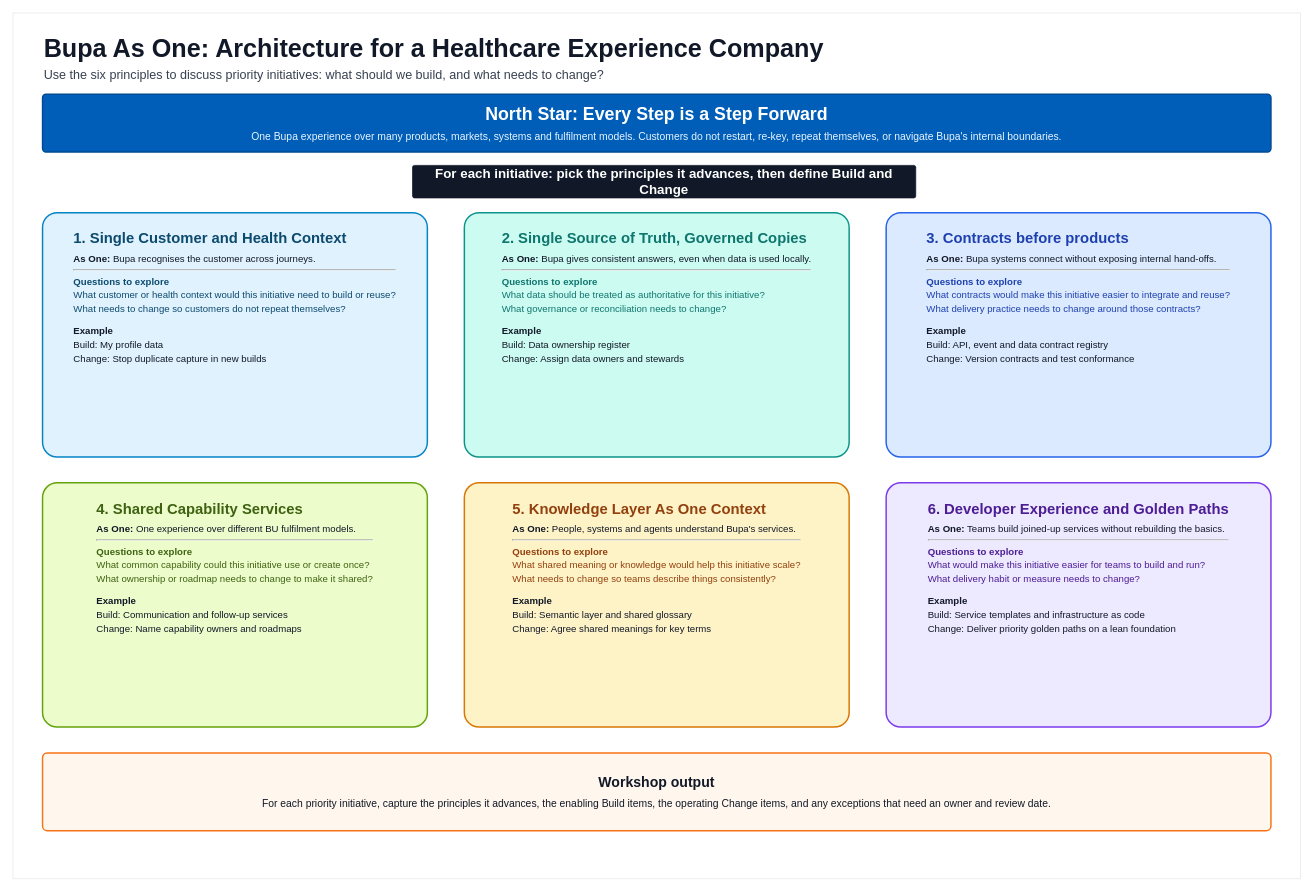
Earlier version of the draw.io diagram bupa-it-strategy-six-requirements-build-do-v5.drawio (danielcjohnson/bupa-it-strategy-session-1). Source tidied: cells renumbered, new cells numbered last; positions are measured from the earlier drawing's top-left corner, leaving out a move shared by most shapes. Both pictures are drawn from the tidied source at 74%, with x=0, y=0 at pixel (13, 13).
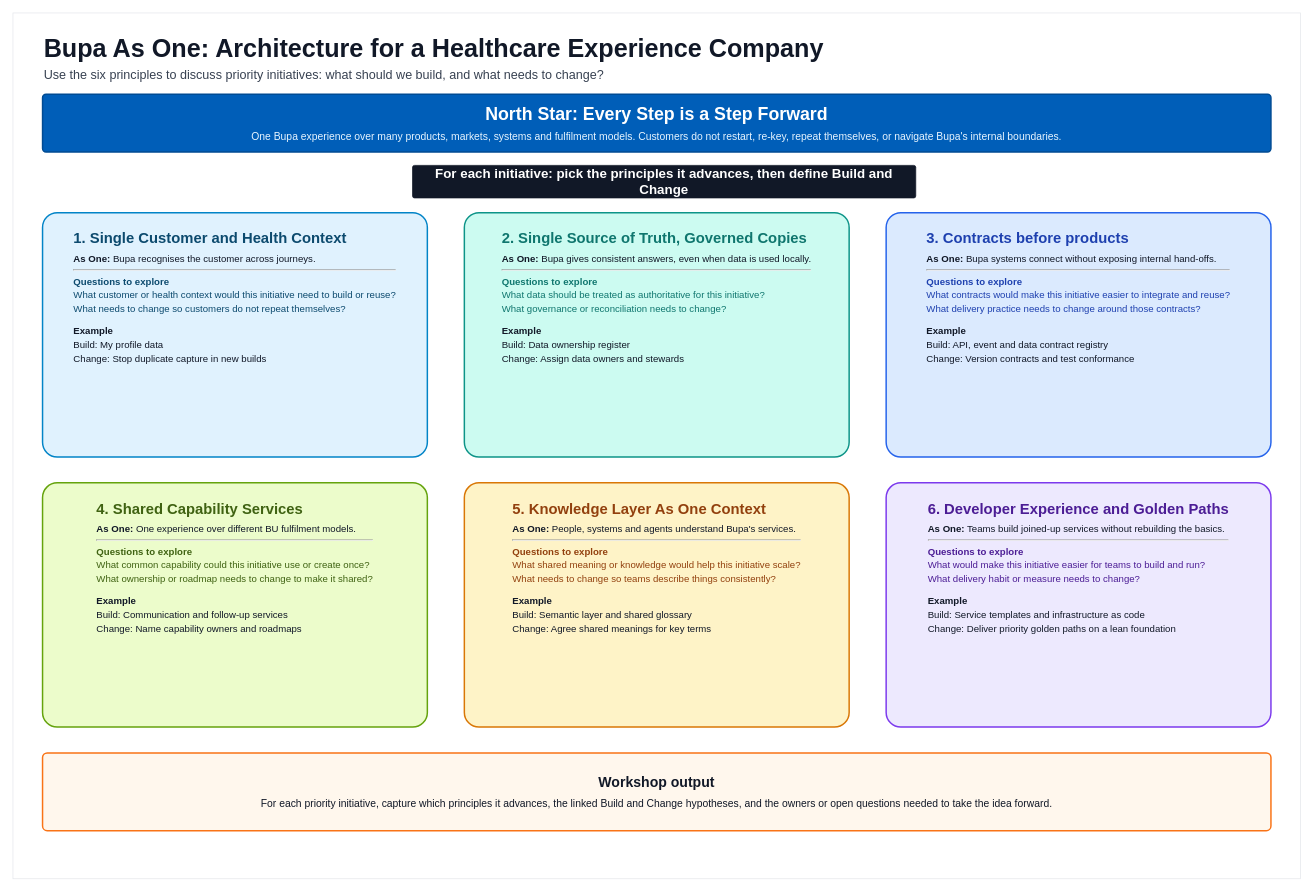
The same page after the edit.

Commit message:
Edited workshop output

Diff of the diagram source:
```diff
@@
 <mxGraphModel>
   <root>
     <mxCell id="0" />
     <mxCell id="1" parent="0" />
     <mxCell id="2" style="rounded=0;whiteSpace=wrap;html=1;fillColor=#ffffff;strokeColor=#E5E7EB;strokeWidth=1;" parent="1" vertex="1">
       <mxGeometry width="1740" height="1170" as="geometry" />
     </mxCell>
     <mxCell id="3" value="&lt;div style=&quot;font-size: 34px; font-weight: 700; color: rgb(17, 24, 39);&quot;&gt;Bupa As One: Architecture for a Healthcare Experience Company&lt;/div&gt;&lt;div style=&quot;font-size: 17px; color: rgb(55, 65, 81); margin-top: 6px;&quot;&gt;Use the six principles to discuss priority initiatives: what should we build, and what needs to change?&lt;/div&gt;" style="text;html=1;strokeColor=none;fillColor=none;align=left;verticalAlign=middle;whiteSpace=wrap;rounded=0;" parent="1" vertex="1">
       <mxGeometry x="40" y="25" width="1250" height="72" as="geometry" />
     </mxCell>
     <mxCell id="4" value="&lt;div style=&quot;font-size: 24px; font-weight: 700; color: rgb(255,255,255);&quot;&gt;North Star: Every Step is a Step Forward&lt;/div&gt;&lt;div style=&quot;font-size: 14px; color: rgb(231,245,255); margin-top: 7px;&quot;&gt;One Bupa experience over many products, markets, systems and fulfilment models. Customers do not restart, re-key, repeat themselves, or navigate Bupa's internal boundaries.&lt;/div&gt;" style="rounded=1;whiteSpace=wrap;html=1;align=center;verticalAlign=middle;fillColor=#005EB8;strokeColor=#004B93;strokeWidth=2;arcSize=6;" parent="1" vertex="1">
       <mxGeometry x="40" y="110" width="1660" height="78" as="geometry" />
     </mxCell>
     <mxCell id="5" value="For each initiative: pick the principles it advances, then define Build and Change" style="rounded=1;whiteSpace=wrap;html=1;align=center;verticalAlign=middle;fontSize=18;fontStyle=1;fillColor=#111827;strokeColor=#111827;strokeWidth=1;fontColor=#FFFFFF;arcSize=6;" parent="1" vertex="1">
       <mxGeometry x="540" y="206" width="680" height="44" as="geometry" />
     </mxCell>
     <mxCell id="6" value="&lt;div style=&quot;font-size: 20px; font-weight: 700; color: rgb(12, 74, 110); text-align: left;&quot;&gt;1. Single Customer and Health Context&lt;/div&gt;&lt;div style=&quot;font-size: 13px; color: rgb(17, 24, 39); margin-top: 8px; text-align: left;&quot;&gt;&lt;b&gt;As One:&lt;/b&gt; Bupa recognises the customer across journeys.&lt;/div&gt;&lt;hr&gt;&lt;div style=&quot;font-size: 13px; color: rgb(12, 74, 110); text-align: left; line-height: 1.45;&quot;&gt;&lt;b&gt;Questions to explore&lt;/b&gt;&lt;br&gt;What customer or health context would this initiative need to build or reuse?&lt;br&gt;What needs to change so customers do not repeat themselves?&lt;/div&gt;&lt;div style=&quot;font-size: 13px; color: rgb(17, 24, 39); text-align: left; line-height: 1.45; margin-top: 10px;&quot;&gt;&lt;b&gt;Example&lt;/b&gt;&lt;br&gt;Build: My profile data&lt;br&gt;Change: Stop duplicate capture in new builds&lt;/div&gt;" style="rounded=1;whiteSpace=wrap;html=1;align=center;verticalAlign=top;fillColor=#E0F2FE;strokeColor=#0284C7;strokeWidth=2;fontColor=#0F172A;spacing=18;arcSize=6;" parent="1" vertex="1">
       <mxGeometry x="40" y="270" width="520" height="330" as="geometry" />
     </mxCell>
     <mxCell id="7" value="&lt;div style=&quot;font-size: 20px; font-weight: 700; color: rgb(15, 118, 110); text-align: left;&quot;&gt;2. Single Source of Truth, Governed Copies&lt;/div&gt;&lt;div style=&quot;font-size: 13px; color: rgb(17, 24, 39); margin-top: 8px; text-align: left;&quot;&gt;&lt;b&gt;As One:&lt;/b&gt; Bupa gives consistent answers, even when data is used locally.&lt;/div&gt;&lt;hr&gt;&lt;div style=&quot;font-size: 13px; color: rgb(15, 118, 110); text-align: left; line-height: 1.45;&quot;&gt;&lt;b&gt;Questions to explore&lt;/b&gt;&lt;br&gt;What data should be treated as authoritative for this initiative?&lt;br&gt;What governance or reconciliation needs to change?&lt;/div&gt;&lt;div style=&quot;font-size: 13px; color: rgb(17, 24, 39); text-align: left; line-height: 1.45; margin-top: 10px;&quot;&gt;&lt;b&gt;Example&lt;/b&gt;&lt;br&gt;Build: Data ownership register&lt;br&gt;Change: Assign data owners and stewards&lt;/div&gt;" style="rounded=1;whiteSpace=wrap;html=1;align=center;verticalAlign=top;fillColor=#CCFBF1;strokeColor=#0D9488;strokeWidth=2;fontColor=#0F172A;spacing=18;arcSize=6;" parent="1" vertex="1">
       <mxGeometry x="610" y="270" width="520" height="330" as="geometry" />
     </mxCell>
     <mxCell id="8" value="&lt;div style=&quot;font-size: 20px; font-weight: 700; color: rgb(30, 64, 175); text-align: left;&quot;&gt;3. Contracts before products&lt;/div&gt;&lt;div style=&quot;font-size: 13px; color: rgb(17, 24, 39); margin-top: 8px; text-align: left;&quot;&gt;&lt;b&gt;As One:&lt;/b&gt; Bupa systems connect without exposing internal hand-offs.&lt;/div&gt;&lt;hr&gt;&lt;div style=&quot;font-size: 13px; color: rgb(30, 64, 175); text-align: left; line-height: 1.45;&quot;&gt;&lt;b&gt;Questions to explore&lt;/b&gt;&lt;br&gt;What contracts would make this initiative easier to integrate and reuse?&lt;br&gt;What delivery practice needs to change around those contracts?&lt;/div&gt;&lt;div style=&quot;font-size: 13px; color: rgb(17, 24, 39); text-align: left; line-height: 1.45; margin-top: 10px;&quot;&gt;&lt;b&gt;Example&lt;/b&gt;&lt;br&gt;Build: API, event and data contract registry&lt;br&gt;Change: Version contracts and test conformance&lt;/div&gt;" style="rounded=1;whiteSpace=wrap;html=1;align=center;verticalAlign=top;fillColor=#DBEAFE;strokeColor=#2563EB;strokeWidth=2;fontColor=#0F172A;spacing=18;arcSize=6;" parent="1" vertex="1">
       <mxGeometry x="1180" y="270" width="520" height="330" as="geometry" />
     </mxCell>
     <mxCell id="9" value="&lt;div style=&quot;font-size: 20px; font-weight: 700; color: rgb(63, 98, 18); text-align: left;&quot;&gt;4. Shared Capability Services&lt;/div&gt;&lt;div style=&quot;font-size: 13px; color: rgb(17, 24, 39); margin-top: 8px; text-align: left;&quot;&gt;&lt;b&gt;As One:&lt;/b&gt; One experience over different BU fulfilment models.&lt;/div&gt;&lt;hr&gt;&lt;div style=&quot;font-size: 13px; color: rgb(63, 98, 18); text-align: left; line-height: 1.45;&quot;&gt;&lt;b&gt;Questions to explore&lt;/b&gt;&lt;br&gt;What common capability could this initiative use or create once?&lt;br&gt;What ownership or roadmap needs to change to make it shared?&lt;/div&gt;&lt;div style=&quot;font-size: 13px; color: rgb(17, 24, 39); text-align: left; line-height: 1.45; margin-top: 10px;&quot;&gt;&lt;b&gt;Example&lt;/b&gt;&lt;br&gt;Build: Communication and follow-up services&lt;br&gt;Change: Name capability owners and roadmaps&lt;/div&gt;" style="rounded=1;whiteSpace=wrap;html=1;align=center;verticalAlign=top;fillColor=#ECFCCB;strokeColor=#65A30D;strokeWidth=2;fontColor=#0F172A;spacing=18;arcSize=6;" parent="1" vertex="1">
       <mxGeometry x="40" y="635" width="520" height="330" as="geometry" />
     </mxCell>
     <mxCell id="10" value="&lt;div style=&quot;font-size: 20px; font-weight: 700; color: rgb(146, 64, 14); text-align: left;&quot;&gt;5. Knowledge Layer As One Context&lt;/div&gt;&lt;div style=&quot;font-size: 13px; color: rgb(17, 24, 39); margin-top: 8px; text-align: left;&quot;&gt;&lt;b&gt;As One:&lt;/b&gt; People, systems and agents understand Bupa's services.&lt;/div&gt;&lt;hr&gt;&lt;div style=&quot;font-size: 13px; color: rgb(146, 64, 14); text-align: left; line-height: 1.45;&quot;&gt;&lt;b&gt;Questions to explore&lt;/b&gt;&lt;br&gt;What shared meaning or knowledge would help this initiative scale?&lt;br&gt;What needs to change so teams describe things consistently?&lt;/div&gt;&lt;div style=&quot;font-size: 13px; color: rgb(17, 24, 39); text-align: left; line-height: 1.45; margin-top: 10px;&quot;&gt;&lt;b&gt;Example&lt;/b&gt;&lt;br&gt;Build: Semantic layer and shared glossary&lt;br&gt;Change: Agree shared meanings for key terms&lt;/div&gt;" style="rounded=1;whiteSpace=wrap;html=1;align=center;verticalAlign=top;fillColor=#FEF3C7;strokeColor=#D97706;strokeWidth=2;fontColor=#0F172A;spacing=18;arcSize=6;" parent="1" vertex="1">
       <mxGeometry x="610" y="635" width="520" height="330" as="geometry" />
     </mxCell>
     <mxCell id="11" value="&lt;div style=&quot;font-size: 20px; font-weight: 700; color: rgb(76, 29, 149); text-align: left;&quot;&gt;6. Developer Experience and Golden Paths&lt;/div&gt;&lt;div style=&quot;font-size: 13px; color: rgb(17, 24, 39); margin-top: 8px; text-align: left;&quot;&gt;&lt;b&gt;As One:&lt;/b&gt; Teams build joined-up services without rebuilding the basics.&lt;/div&gt;&lt;hr&gt;&lt;div style=&quot;font-size: 13px; color: rgb(76, 29, 149); text-align: left; line-height: 1.45;&quot;&gt;&lt;b&gt;Questions to explore&lt;/b&gt;&lt;br&gt;What would make this initiative easier for teams to build and run?&lt;br&gt;What delivery habit or measure needs to change?&lt;/div&gt;&lt;div style=&quot;font-size: 13px; color: rgb(17, 24, 39); text-align: left; line-height: 1.45; margin-top: 10px;&quot;&gt;&lt;b&gt;Example&lt;/b&gt;&lt;br&gt;Build: Service templates and infrastructure as code&lt;br&gt;Change: Deliver priority golden paths on a lean foundation&lt;/div&gt;" style="rounded=1;whiteSpace=wrap;html=1;align=center;verticalAlign=top;fillColor=#EDE9FE;strokeColor=#7C3AED;strokeWidth=2;fontColor=#0F172A;spacing=18;arcSize=6;" parent="1" vertex="1">
       <mxGeometry x="1180" y="635" width="520" height="330" as="geometry" />
     </mxCell>
-    <mxCell id="12" value="&lt;div style=&quot;font-size: 19px; font-weight: 700; color: rgb(17, 24, 39);&quot;&gt;Workshop output&lt;/div&gt;&lt;div style=&quot;font-size: 14px; color: rgb(17, 24, 39); margin-top: 8px;&quot;&gt;For each priority initiative, capture the principles it advances, the enabling Build items, the operating Change items, and any exceptions that need an owner and review date.&lt;/div&gt;" style="rounded=1;whiteSpace=wrap;html=1;align=center;verticalAlign=middle;fillColor=#FFF7ED;strokeColor=#F97316;strokeWidth=2;arcSize=6;" parent="1" vertex="1">
+    <mxCell id="12" value="&lt;div style=&quot;font-size: 19px; font-weight: 700; color: rgb(17, 24, 39);&quot;&gt;Workshop output&lt;/div&gt;&lt;div style=&quot;font-size: 14px; color: rgb(17, 24, 39); margin-top: 8px;&quot;&gt;For each priority initiative, capture which principles it advances, the linked Build and Change hypotheses, and the owners or open questions needed to take the idea forward.&lt;/div&gt;" style="rounded=1;whiteSpace=wrap;html=1;align=center;verticalAlign=middle;fillColor=#FFF7ED;strokeColor=#F97316;strokeWidth=2;arcSize=6;" parent="1" vertex="1">
       <mxGeometry x="40" y="1000" width="1660" height="105" as="geometry" />
     </mxCell>
   </root>
 </mxGraphModel>
```
